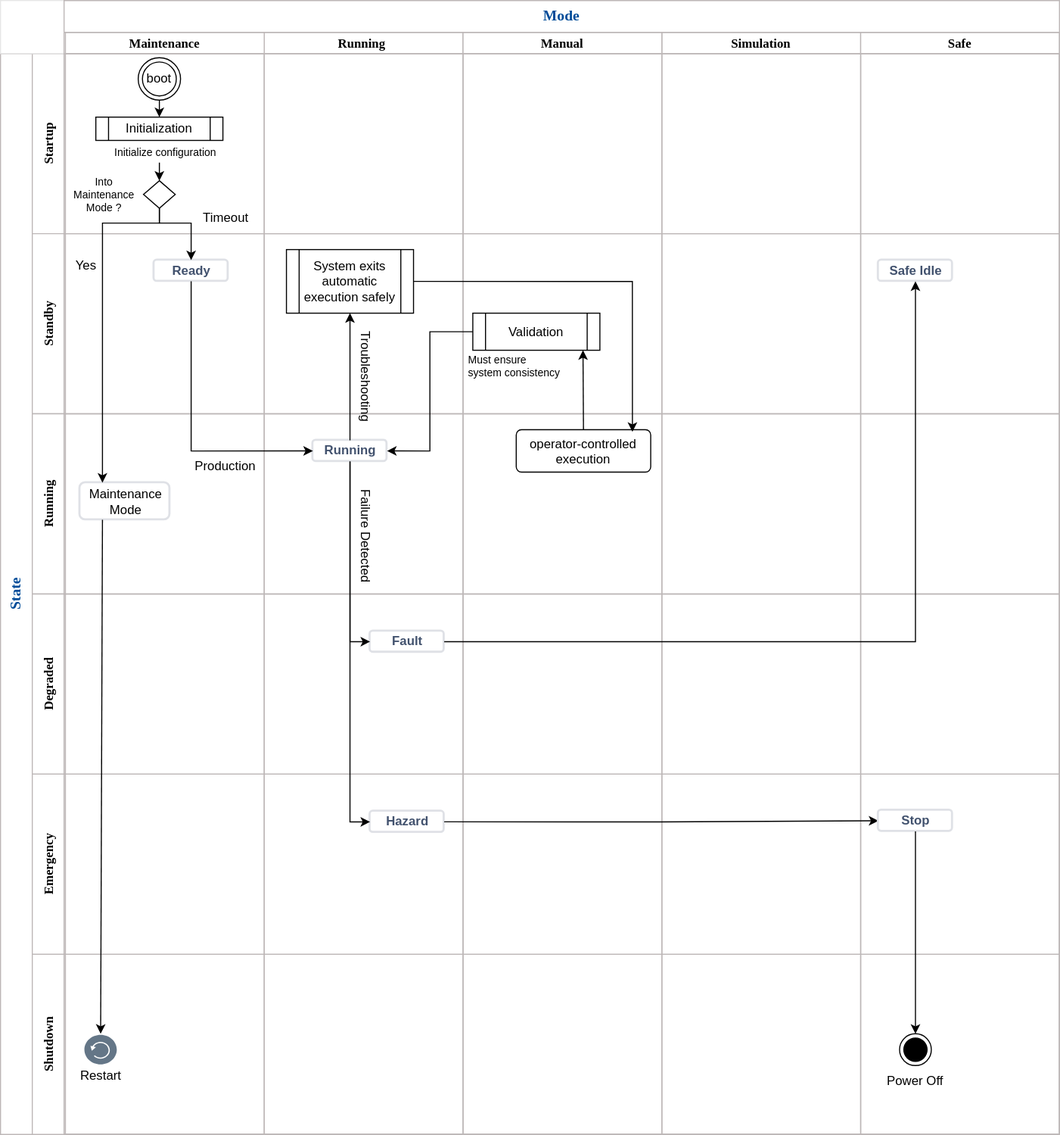
This is BusinessDevelopmentPhase/img/Mode_State.svg from retamotome/AgileSoftwareProjectGuide, a draw.io export, as it was before one commit. Source tidied: cells renumbered, new cells last; positions are measured from the earlier drawing's top-left corner, leaving out a move shared by most shapes.
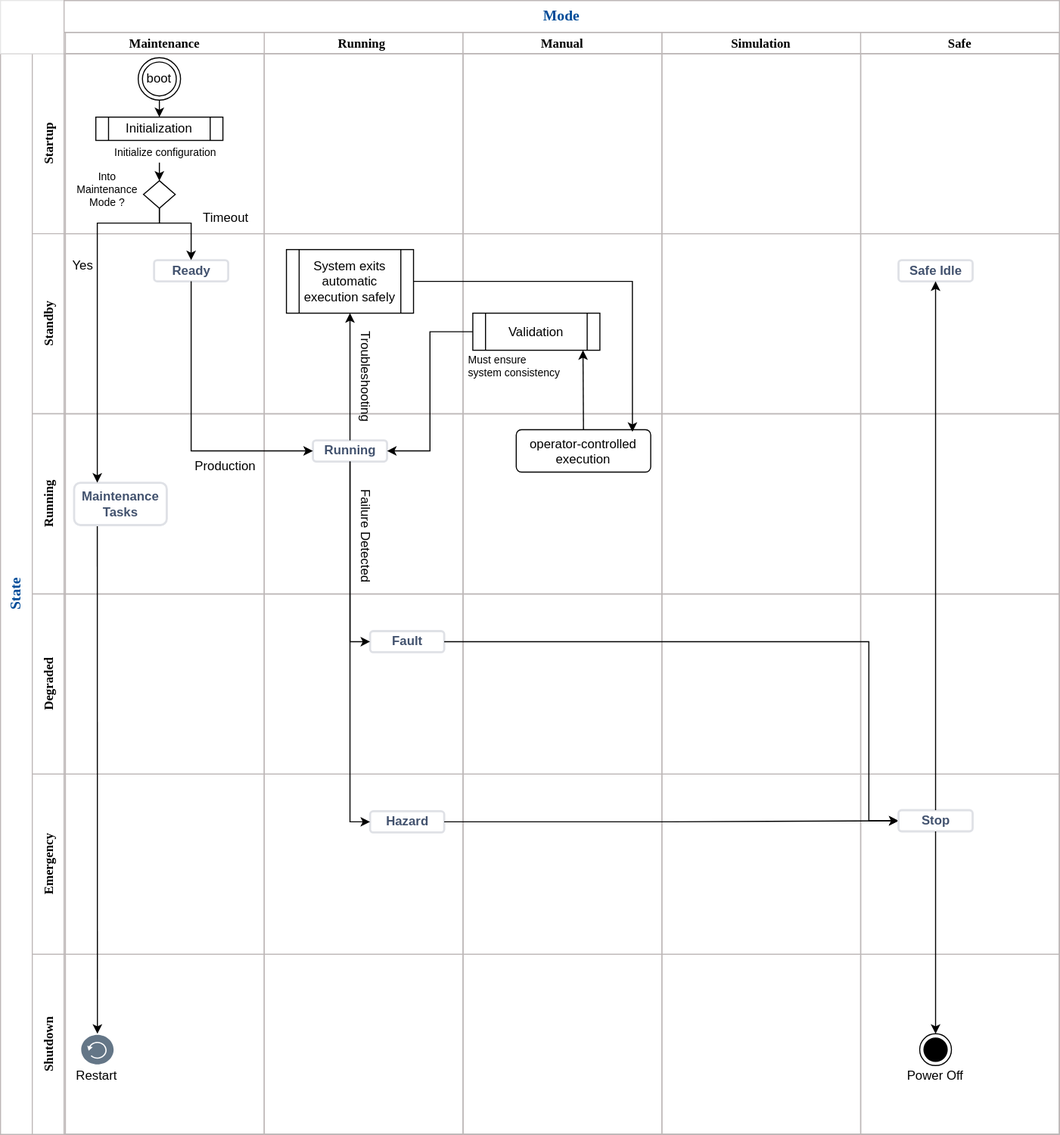
Above is the later version.

Diff of the diagram source:
```diff
@@ -84,10 +84,10 @@
       <mxGeometry x="349" y="765" width="70" height="20" as="geometry" />
     </mxCell>
     <mxCell id="29" value="Safe Idle" style="dashed=0;html=1;rounded=1;strokeColor=#DFE1E6;fontSize=12;align=center;fontStyle=1;strokeWidth=2;fontColor=#42526E;" parent="1" vertex="1">
-      <mxGeometry x="829" y="245" width="70" height="20" as="geometry" />
+      <mxGeometry x="848" y="245" width="70" height="20" as="geometry" />
     </mxCell>
     <mxCell id="30" style="ellipse;html=1;shape=endState;fillColor=strokeColor;" parent="1" vertex="1">
-      <mxGeometry x="849" y="975" width="30" height="30" as="geometry" />
+      <mxGeometry x="868" y="975" width="30" height="30" as="geometry" />
     </mxCell>
     <mxCell id="31" style="endArrow=classic;html=1;rounded=0;exitX=0.5;exitY=1;exitDx=0;exitDy=0;entryX=0;entryY=0.5;entryDx=0;entryDy=0;edgeStyle=orthogonalEdgeStyle;" parent="1" edge="1" source="19" target="27">
       <mxGeometry relative="1" as="geometry" />
@@ -98,8 +98,13 @@
     <mxCell id="33" style="endArrow=classic;html=1;rounded=0;exitX=1;exitY=0.5;exitDx=0;exitDy=0;entryX=0;entryY=0.5;entryDx=0;entryDy=0;edgeStyle=orthogonalEdgeStyle;" parent="1" edge="1" source="28" target="55">
       <mxGeometry relative="1" as="geometry" />
     </mxCell>
-    <mxCell id="34" style="endArrow=classic;html=1;rounded=0;exitX=1;exitY=0.5;exitDx=0;exitDy=0;entryX=0.5;entryY=1;entryDx=0;entryDy=0;edgeStyle=orthogonalEdgeStyle;" parent="1" edge="1" source="27" target="29">
-      <mxGeometry relative="1" as="geometry" />
+    <mxCell id="34" style="endArrow=classic;html=1;rounded=0;exitX=1;exitY=0.5;exitDx=0;exitDy=0;entryX=0;entryY=0.5;entryDx=0;entryDy=0;edgeStyle=orthogonalEdgeStyle;" parent="1" edge="1" source="27" target="55">
+      <mxGeometry relative="1" as="geometry">
+        <Array as="points">
+          <mxPoint x="820" y="605" />
+          <mxPoint x="820" y="774" />
+        </Array>
+      </mxGeometry>
     </mxCell>
     <mxCell id="35" value="Validation" style="shape=process;whiteSpace=wrap;html=1;backgroundOutline=1;" parent="1" vertex="1">
       <mxGeometry x="446" y="295" width="120" height="35" as="geometry" />
@@ -128,36 +133,25 @@
       <mxGeometry x="135" y="170" width="30" height="26" as="geometry" />
     </mxCell>
     <mxCell id="42" value="Into&lt;div&gt;Maintenance&lt;div&gt;Mode ?&lt;/div&gt;&lt;/div&gt;" style="text;html=1;whiteSpace=wrap;strokeColor=none;fillColor=none;align=center;verticalAlign=middle;rounded=0;fontSize=10;" parent="1" vertex="1">
-      <mxGeometry x="67.5" y="168" width="60" height="30" as="geometry" />
+      <mxGeometry x="70.5" y="163" width="60" height="30" as="geometry" />
     </mxCell>
     <mxCell id="43" value="Timeout" style="text;html=1;whiteSpace=wrap;strokeColor=none;fillColor=none;align=center;verticalAlign=middle;rounded=0;" parent="1" vertex="1">
       <mxGeometry x="182.5" y="190" width="60" height="30" as="geometry" />
     </mxCell>
-    <mxCell id="44" value="&lt;span style=&quot;color: rgb(0, 0, 0); font-weight: 400; white-space: normal;&quot;&gt;Maintenance&lt;/span&gt;&lt;div style=&quot;color: rgb(0, 0, 0); font-weight: 400; white-space: normal;&quot;&gt;Mode&lt;/div&gt;" style="dashed=0;html=1;rounded=1;strokeColor=#DFE1E6;fontSize=12;align=center;fontStyle=1;strokeWidth=2;fontColor=#42526E;" parent="1" vertex="1">
-      <mxGeometry x="75" y="455" width="85" height="35" as="geometry" />
-    </mxCell>
-    <mxCell id="45" style="endArrow=classic;html=1;rounded=0;exitX=0.5;exitY=1;exitDx=0;exitDy=0;edgeStyle=orthogonalEdgeStyle;entryX=0.25;entryY=0;entryDx=0;entryDy=0;" parent="1" edge="1" source="41" target="44">
-      <mxGeometry relative="1" as="geometry">
-        <Array as="points">
-          <mxPoint x="150" y="210" />
-          <mxPoint x="96" y="210" />
-        </Array>
-      </mxGeometry>
-    </mxCell>
     <mxCell id="46" value="Yes" style="text;html=1;whiteSpace=wrap;strokeColor=none;fillColor=none;align=center;verticalAlign=middle;rounded=0;" parent="1" vertex="1">
-      <mxGeometry x="51" y="235" width="60" height="30" as="geometry" />
+      <mxGeometry x="48" y="235" width="60" height="30" as="geometry" />
     </mxCell>
     <mxCell id="47" style="sketch=0;shadow=0;dashed=0;html=1;strokeColor=#314354;fillColor=#647687;labelPosition=center;verticalLabelPosition=bottom;verticalAlign=top;align=center;outlineConnect=0;shape=mxgraph.veeam2.restored;fontColor=#ffffff;" parent="1" vertex="1">
-      <mxGeometry x="78" y="975" width="33" height="30" as="geometry" />
+      <mxGeometry x="75" y="975" width="33" height="30" as="geometry" />
     </mxCell>
-    <mxCell id="48" style="endArrow=classic;html=1;rounded=0;exitX=0.25;exitY=1;exitDx=0;exitDy=0;" parent="1" edge="1" source="44" target="47">
+    <mxCell id="48" style="endArrow=classic;html=1;rounded=0;exitX=0.25;exitY=1;exitDx=0;exitDy=0;" parent="1" edge="1" source="58" target="47">
       <mxGeometry relative="1" as="geometry" />
     </mxCell>
     <mxCell id="49" value="Power Off" style="text;html=1;whiteSpace=wrap;strokeColor=none;fillColor=none;align=center;verticalAlign=middle;rounded=0;" parent="1" vertex="1">
-      <mxGeometry x="834" y="1005" width="60" height="30" as="geometry" />
+      <mxGeometry x="853" y="1000" width="60" height="30" as="geometry" />
     </mxCell>
     <mxCell id="50" value="Restart" style="text;html=1;whiteSpace=wrap;strokeColor=none;fillColor=none;align=center;verticalAlign=middle;rounded=0;" parent="1" vertex="1">
-      <mxGeometry x="64.5" y="1000" width="60" height="30" as="geometry" />
+      <mxGeometry x="60.5" y="1000" width="60" height="30" as="geometry" />
     </mxCell>
     <mxCell id="51" style="group;fontSize=10;" parent="1" vertex="1">
       <mxGeometry x="91" y="110" width="130" height="44" as="geometry" />
@@ -172,7 +166,7 @@
       <mxGeometry relative="1" as="geometry" />
     </mxCell>
     <mxCell id="55" value="Stop" style="dashed=0;html=1;rounded=1;strokeColor=#DFE1E6;fontSize=12;align=center;fontStyle=1;strokeWidth=2;fontColor=#42526E;" parent="1" vertex="1">
-      <mxGeometry x="829" y="764" width="70" height="20" as="geometry" />
+      <mxGeometry x="848" y="764" width="70" height="20" as="geometry" />
     </mxCell>
     <mxCell id="56" style="endArrow=classic;html=1;rounded=0;exitX=0.5;exitY=1;exitDx=0;exitDy=0;entryX=0.5;entryY=0;entryDx=0;entryDy=0;" parent="1" edge="1" source="55" target="30">
       <mxGeometry relative="1" as="geometry" />
@@ -180,5 +174,19 @@
     <mxCell id="57" value="Failure Detected" style="text;html=1;whiteSpace=wrap;strokeColor=none;fillColor=none;align=center;verticalAlign=middle;rounded=0;rotation=90;" parent="1" vertex="1">
       <mxGeometry x="284.5" y="490" width="121" height="30" as="geometry" />
     </mxCell>
+    <mxCell id="58" value="Maintenance&lt;div&gt;Tasks&lt;/div&gt;" style="dashed=0;html=1;rounded=1;strokeColor=#DFE1E6;fontSize=12;align=center;fontStyle=1;strokeWidth=2;fontColor=#42526E;" parent="1" vertex="1">
+      <mxGeometry x="69.5" y="455" width="87.5" height="40" as="geometry" />
+    </mxCell>
+    <mxCell id="59" style="endArrow=classic;html=1;rounded=0;exitX=0.5;exitY=1;exitDx=0;exitDy=0;entryX=0.25;entryY=0;entryDx=0;entryDy=0;edgeStyle=orthogonalEdgeStyle;" parent="1" edge="1" source="41" target="58">
+      <mxGeometry relative="1" as="geometry">
+        <Array as="points">
+          <mxPoint x="150" y="210" />
+          <mxPoint x="91" y="210" />
+        </Array>
+      </mxGeometry>
+    </mxCell>
+    <mxCell id="60" style="endArrow=classic;html=1;rounded=0;exitX=0.5;exitY=0;exitDx=0;exitDy=0;entryX=0.5;entryY=1;entryDx=0;entryDy=0;" parent="1" edge="1" source="55" target="29">
+      <mxGeometry relative="1" as="geometry" />
+    </mxCell>
   </root>
 </mxGraphModel>
```
